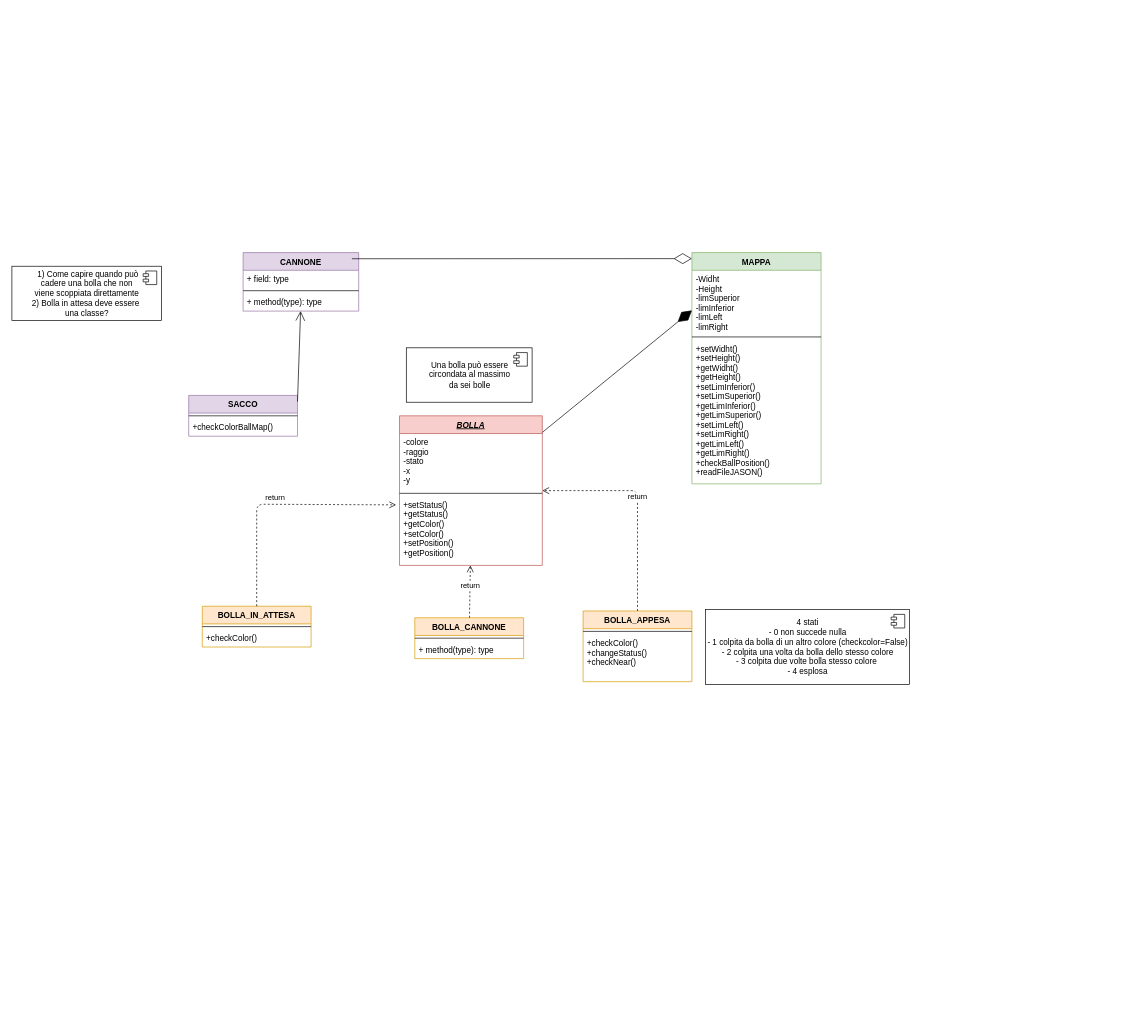
Earlier version of the draw.io diagram UML_SpaccaBolle.drawio (elisasimoni/SpaccaBolle). Source tidied: cells renumbered, new cells numbered last; positions are measured from the earlier drawing's top-left corner, leaving out a move shared by most shapes. Both pictures are drawn from the tidied source at 68%, with x=0, y=0 at pixel (12, 252).
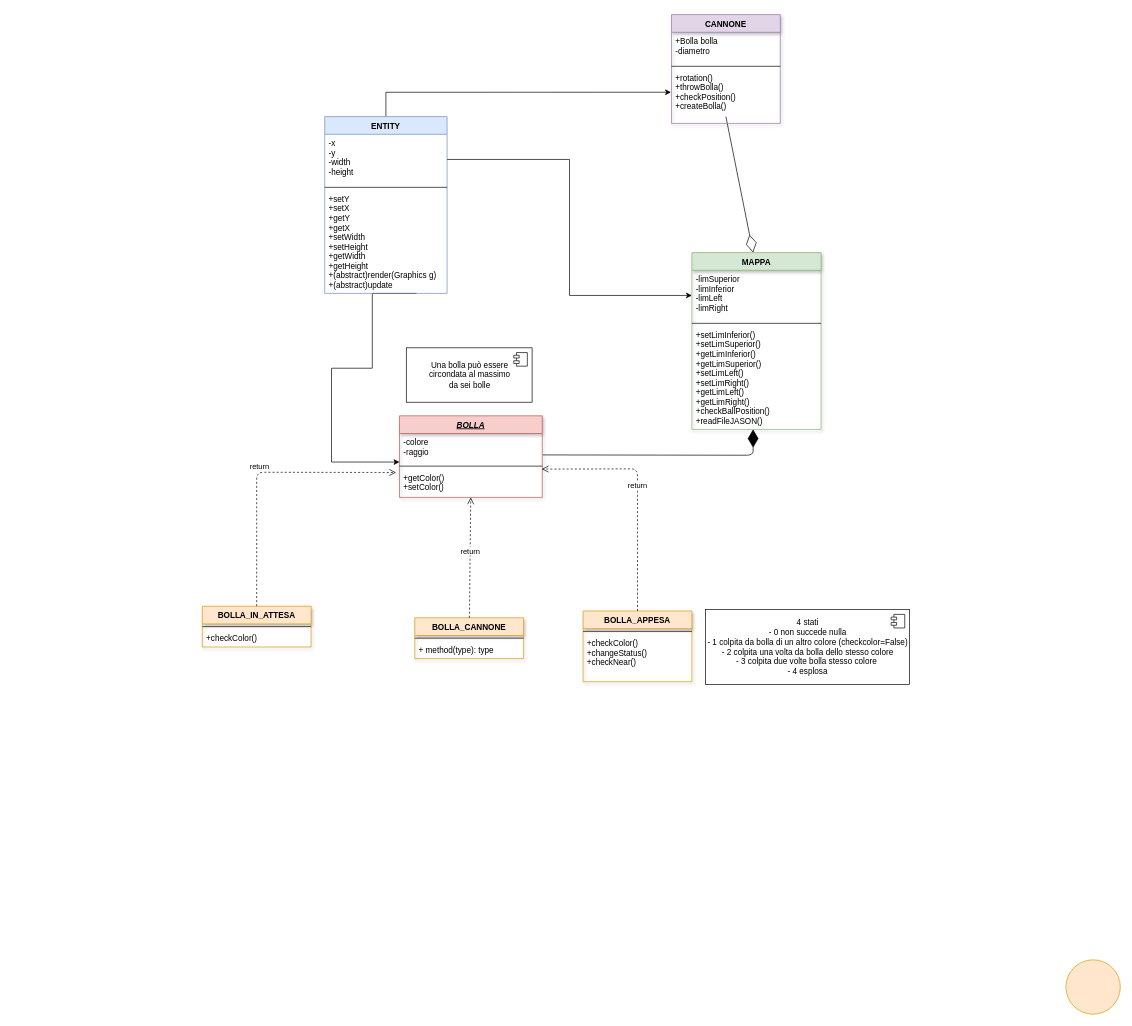
After the change.

Diff of the diagram source:
```diff
@@
-    <mxCell id="2" value="BOLLA" style="swimlane;fontStyle=7;align=center;verticalAlign=top;horizontal=1;startSize=26;fillColor=#f8cecc;strokeColor=#b85450;" parent="1" vertex="1">
-      <mxGeometry x="570" y="240" width="210" height="220" as="geometry" />
+    <mxCell id="2" value="BOLLA" style="swimlane;fontStyle=7;align=center;verticalAlign=top;horizontal=1;startSize=26;fillColor=#f8cecc;strokeColor=#b85450;shadow=1;sketch=0;" parent="1" vertex="1">
+      <mxGeometry x="570" y="240" width="210" height="120" as="geometry" />
     </mxCell>
-    <mxCell id="3" value="-colore&#10;-raggio&#10;-stato&#10;-x&#10;-y" style="text;strokeColor=none;fillColor=none;align=left;verticalAlign=top;spacingLeft=4;spacingRight=4;overflow=hidden;points=[[0,0.5],[1,0.5]];portConstraint=eastwest;" parent="2" vertex="1">
-      <mxGeometry y="26" width="210" height="84" as="geometry" />
+    <mxCell id="3" value="-colore&#10;-raggio" style="text;strokeColor=none;fillColor=none;align=left;verticalAlign=top;spacingLeft=4;spacingRight=4;overflow=hidden;points=[[0,0.5],[1,0.5]];portConstraint=eastwest;" parent="2" vertex="1">
+      <mxGeometry y="26" width="210" height="44" as="geometry" />
     </mxCell>
     <mxCell id="4" style="line;strokeWidth=1;fillColor=none;align=left;verticalAlign=middle;spacingTop=-1;spacingLeft=3;spacingRight=3;labelPosition=right;" parent="2" vertex="1">
-      <mxGeometry y="110" width="210" height="8" as="geometry" />
+      <mxGeometry y="70" width="210" height="8" as="geometry" />
     </mxCell>
-    <mxCell id="5" value="+setStatus()&#10;+getStatus()&#10;+getColor()&#10;+setColor()&#10;+setPosition()&#10;+getPosition()&#10;" style="text;strokeColor=none;fillColor=none;align=left;verticalAlign=top;spacingLeft=4;spacingRight=4;overflow=hidden;points=[[0,0.5],[1,0.5]];portConstraint=eastwest;" parent="2" vertex="1">
-      <mxGeometry y="118" width="210" height="102" as="geometry" />
+    <mxCell id="5" value="+getColor()&#10;+setColor()&#10;&#10;" style="text;strokeColor=none;fillColor=none;align=left;verticalAlign=top;spacingLeft=4;spacingRight=4;overflow=hidden;points=[[0,0.5],[1,0.5]];portConstraint=eastwest;" parent="2" vertex="1">
+      <mxGeometry y="78" width="210" height="42" as="geometry" />
     </mxCell>
-    <mxCell id="6" value="BOLLA_IN_ATTESA" style="swimlane;fontStyle=1;align=center;verticalAlign=top;horizontal=1;startSize=26;fillColor=#ffe6cc;strokeColor=#d79b00;" parent="1" vertex="1">
+    <mxCell id="6" value="BOLLA_IN_ATTESA" style="swimlane;fontStyle=1;align=center;verticalAlign=top;horizontal=1;startSize=26;fillColor=#ffe6cc;strokeColor=#d79b00;shadow=1;" parent="1" vertex="1">
       <mxGeometry x="280" y="520" width="160" height="60" as="geometry" />
     </mxCell>
@@
-    <mxCell id="9" value="BOLLA_CANNONE" style="swimlane;fontStyle=1;align=center;verticalAlign=top;horizontal=1;startSize=26;fillColor=#ffe6cc;strokeColor=#d79b00;" parent="1" vertex="1">
+    <mxCell id="9" value="BOLLA_CANNONE" style="swimlane;fontStyle=1;align=center;verticalAlign=top;horizontal=1;startSize=26;fillColor=#ffe6cc;strokeColor=#d79b00;shadow=1;" parent="1" vertex="1">
       <mxGeometry x="592.5" y="537" width="160" height="60" as="geometry" />
     </mxCell>
@@
-    <mxCell id="12" value="BOLLA_APPESA" style="swimlane;fontStyle=1;align=center;verticalAlign=top;horizontal=1;startSize=26;fillColor=#ffe6cc;strokeColor=#d79b00;" parent="1" vertex="1">
+    <mxCell id="12" value="BOLLA_APPESA" style="swimlane;fontStyle=1;align=center;verticalAlign=top;horizontal=1;startSize=26;fillColor=#ffe6cc;strokeColor=#d79b00;shadow=1;" parent="1" vertex="1">
       <mxGeometry x="840" y="527" width="160" height="104" as="geometry" />
     </mxCell>
@@
-    <mxCell id="16" value="MAPPA" style="swimlane;fontStyle=1;align=center;verticalAlign=top;horizontal=1;startSize=26;fillColor=#d5e8d4;strokeColor=#82b366;" parent="1" vertex="1">
-      <mxGeometry x="1000" width="190" height="340" as="geometry" />
+    <mxCell id="16" value="MAPPA" style="swimlane;fontStyle=1;align=center;verticalAlign=top;horizontal=1;startSize=26;fillColor=#d5e8d4;strokeColor=#82b366;shadow=1;" parent="1" vertex="1">
+      <mxGeometry x="1000" width="190" height="260" as="geometry" />
     </mxCell>
-    <mxCell id="17" value="-Widht&#10;-Height&#10;-limSuperior&#10;-limInferior&#10;-limLeft&#10;-limRight&#10;" style="text;strokeColor=none;fillColor=none;align=left;verticalAlign=top;spacingLeft=4;spacingRight=4;overflow=hidden;points=[[0,0.5],[1,0.5]];portConstraint=eastwest;" parent="16" vertex="1">
-      <mxGeometry y="26" width="190" height="94" as="geometry" />
+    <mxCell id="17" value="-limSuperior&#10;-limInferior&#10;-limLeft&#10;-limRight&#10;" style="text;strokeColor=none;fillColor=none;align=left;verticalAlign=top;spacingLeft=4;spacingRight=4;overflow=hidden;points=[[0,0.5],[1,0.5]];portConstraint=eastwest;" parent="16" vertex="1">
+      <mxGeometry y="26" width="190" height="74" as="geometry" />
     </mxCell>
     <mxCell id="18" style="line;strokeWidth=1;fillColor=none;align=left;verticalAlign=middle;spacingTop=-1;spacingLeft=3;spacingRight=3;labelPosition=right;" parent="16" vertex="1">
-      <mxGeometry y="120" width="190" height="8" as="geometry" />
+      <mxGeometry y="100" width="190" height="8" as="geometry" />
     </mxCell>
-    <mxCell id="19" value="+setWidht()&#10;+setHeight()&#10;+getWidht()&#10;+getHeight()&#10;+setLimInferior()&#10;+setLimSuperior()&#10;+getLimInferior()&#10;+getLimSuperior()&#10;+setLimLeft()&#10;+setLimRight()&#10;+getLimLeft()&#10;+getLimRight()&#10;+checkBallPosition()&#10;+readFileJASON()&#10;&#10;" style="text;strokeColor=none;fillColor=none;align=left;verticalAlign=top;spacingLeft=4;spacingRight=4;overflow=hidden;" parent="16" vertex="1">
-      <mxGeometry y="128" width="190" height="212" as="geometry" />
+    <mxCell id="19" value="+setLimInferior()&#10;+setLimSuperior()&#10;+getLimInferior()&#10;+getLimSuperior()&#10;+setLimLeft()&#10;+setLimRight()&#10;+getLimLeft()&#10;+getLimRight()&#10;+checkBallPosition()&#10;+readFileJASON()&#10;&#10;" style="text;strokeColor=none;fillColor=none;align=left;verticalAlign=top;spacingLeft=4;spacingRight=4;overflow=hidden;" parent="16" vertex="1">
+      <mxGeometry y="108" width="190" height="152" as="geometry" />
     </mxCell>
-    <mxCell id="20" style="endArrow=diamondThin;endFill=1;endSize=24;html=1;entryX=0;entryY=0.25;entryDx=0;entryDy=0;" parent="1" edge="1" source="2" target="16">
-      <mxGeometry relative="1" as="geometry" />
+    <mxCell id="20" style="endArrow=diamondThin;endFill=1;endSize=24;html=1;exitX=1.004;exitY=0.716;exitDx=0;exitDy=0;exitPerimeter=0;" parent="1" edge="1" source="3">
+      <mxGeometry relative="1" as="geometry">
+        <mxPoint x="1090" y="260" as="targetPoint" />
+        <Array as="points">
+          <mxPoint x="1090" y="298" />
+        </Array>
+      </mxGeometry>
     </mxCell>
@@
-    <mxCell id="23" value="return" style="html=1;verticalAlign=bottom;endArrow=open;dashed=1;endSize=8;exitX=0.5;exitY=0;exitDx=0;exitDy=0;" parent="1" edge="1" source="12" target="2">
+    <mxCell id="23" value="return" style="html=1;verticalAlign=bottom;endArrow=open;dashed=1;endSize=8;exitX=0.5;exitY=0;exitDx=0;exitDy=0;entryX=0.996;entryY=0.008;entryDx=0;entryDy=0;entryPerimeter=0;" parent="1" edge="1" source="12" target="5">
       <mxGeometry relative="1" as="geometry">
         <Array as="points">
           <mxPoint x="920" y="350" />
-          <mxPoint x="860" y="350" />
+          <mxPoint x="920" y="318" />
         </Array>
       </mxGeometry>
     </mxCell>
@@
+    <mxCell id="35" value="return" style="html=1;verticalAlign=bottom;endArrow=open;dashed=1;endSize=8;entryX=-0.024;entryY=0.127;entryDx=0;entryDy=0;entryPerimeter=0;" parent="1" edge="1" source="6" target="5">
+      <mxGeometry relative="1" as="geometry">
+        <Array as="points">
+          <mxPoint x="360" y="323" />
+        </Array>
+      </mxGeometry>
+    </mxCell>
+    <mxCell id="38" style="ellipse;whiteSpace=wrap;html=1;fillColor=#ffe6cc;strokeColor=#d79b00;" parent="1" vertex="1">
+      <mxGeometry x="1550" y="1040" width="80" height="80" as="geometry" />
+    </mxCell>
+    <mxCell id="39" style="edgeStyle=orthogonalEdgeStyle;rounded=0;jettySize=auto;html=1;exitX=0.75;exitY=1;exitDx=0;exitDy=0;" parent="1" edge="1" source="41" target="3">
+      <mxGeometry relative="1" as="geometry">
+        <Array as="points">
+          <mxPoint x="530" y="60" />
+          <mxPoint x="530" y="170" />
+          <mxPoint x="470" y="170" />
+          <mxPoint x="470" y="308" />
+        </Array>
+      </mxGeometry>
+    </mxCell>
+    <mxCell id="40" style="edgeStyle=orthogonalEdgeStyle;rounded=0;jettySize=auto;html=1;exitX=0.5;exitY=0;exitDx=0;exitDy=0;entryX=-0.005;entryY=0.427;entryDx=0;entryDy=0;entryPerimeter=0;" parent="1" edge="1" source="41" target="48">
+      <mxGeometry relative="1" as="geometry" />
+    </mxCell>
+    <mxCell id="41" value="ENTITY" style="swimlane;fontStyle=1;align=center;verticalAlign=top;horizontal=1;startSize=26;shadow=0;sketch=0;fillColor=#dae8fc;strokeColor=#6c8ebf;" parent="1" vertex="1">
+      <mxGeometry x="460" y="-200" width="180" height="260" as="geometry" />
+    </mxCell>
+    <mxCell id="42" value="-x&#10;-y&#10;-width&#10;-height" style="text;strokeColor=none;fillColor=none;align=left;verticalAlign=top;spacingLeft=4;spacingRight=4;overflow=hidden;points=[[0,0.5],[1,0.5]];portConstraint=eastwest;" parent="41" vertex="1">
+      <mxGeometry y="26" width="180" height="74" as="geometry" />
+    </mxCell>
+    <mxCell id="43" style="line;strokeWidth=1;fillColor=none;align=left;verticalAlign=middle;spacingTop=-1;spacingLeft=3;spacingRight=3;labelPosition=right;" parent="41" vertex="1">
+      <mxGeometry y="100" width="180" height="8" as="geometry" />
+    </mxCell>
+    <mxCell id="44" value="+setY&#10;+setX&#10;+getY&#10;+getX&#10;+setWidth&#10;+setHeight&#10;+getWidth&#10;+getHeight&#10;+(abstract)render(Graphics g)&#10;+(abstract)update" style="text;strokeColor=none;fillColor=none;align=left;verticalAlign=top;spacingLeft=4;spacingRight=4;overflow=hidden;" parent="41" vertex="1">
+      <mxGeometry y="108" width="180" height="152" as="geometry" />
+    </mxCell>
+    <mxCell id="45" style="edgeStyle=orthogonalEdgeStyle;rounded=0;jettySize=auto;html=1;exitX=1;exitY=0.5;exitDx=0;exitDy=0;" parent="1" edge="1" source="42" target="17">
+      <mxGeometry relative="1" as="geometry" />
+    </mxCell>
+    <mxCell id="27" style="endArrow=diamondThin;endFill=0;endSize=24;html=1;entryX=0.474;entryY=0;entryDx=0;entryDy=0;entryPerimeter=0;" parent="1" edge="1" target="16">
+      <mxGeometry relative="1" as="geometry">
+        <mxPoint x="1050" y="-200" as="sourcePoint" />
+      </mxGeometry>
+    </mxCell>
-    <mxCell id="26" value="CANNONE" style="swimlane;fontStyle=1;align=center;verticalAlign=top;horizontal=1;startSize=26;fillColor=#e1d5e7;strokeColor=#9673a6;" parent="1" vertex="1">
-      <mxGeometry x="340" width="170" height="86" as="geometry" />
+    <mxCell id="26" value="CANNONE" style="swimlane;fontStyle=1;align=center;verticalAlign=top;horizontal=1;startSize=26;shadow=1;sketch=0;fillColor=#e1d5e7;strokeColor=#9673a6;" parent="1" vertex="1">
+      <mxGeometry x="970" y="-350" width="160" height="160" as="geometry" />
     </mxCell>
-    <mxCell id="27" style="endArrow=diamondThin;endFill=0;endSize=24;html=1;entryX=0;entryY=0.026;entryDx=0;entryDy=0;entryPerimeter=0;" parent="26" edge="1" target="16">
-      <mxGeometry relative="1" as="geometry">
-        <mxPoint x="160" y="9" as="sourcePoint" />
-      </mxGeometry>
-    </mxCell>
-    <mxCell id="28" value="+ field: type" style="text;strokeColor=none;fillColor=none;align=left;verticalAlign=top;spacingLeft=4;spacingRight=4;overflow=hidden;" parent="26" vertex="1">
-      <mxGeometry y="26" width="170" height="26" as="geometry" />
-    </mxCell>
-    <mxCell id="29" style="line;strokeWidth=1;fillColor=none;align=left;verticalAlign=middle;spacingTop=-1;spacingLeft=3;spacingRight=3;labelPosition=right;" parent="26" vertex="1">
-      <mxGeometry y="52" width="170" height="8" as="geometry" />
-    </mxCell>
-    <mxCell id="30" value="+ method(type): type" style="text;strokeColor=none;fillColor=none;align=left;verticalAlign=top;spacingLeft=4;spacingRight=4;overflow=hidden;points=[[0,0.5],[1,0.5]];portConstraint=eastwest;" parent="26" vertex="1">
-      <mxGeometry y="60" width="170" height="26" as="geometry" />
-    </mxCell>
-    <mxCell id="31" value="SACCO" style="swimlane;fontStyle=1;align=center;verticalAlign=top;horizontal=1;startSize=26;fillColor=#e1d5e7;strokeColor=#9673a6;" parent="1" vertex="1">
-      <mxGeometry x="260" y="210" width="160" height="60" as="geometry" />
-    </mxCell>
-    <mxCell id="32" style="endArrow=open;endFill=1;endSize=12;html=1;" parent="31" edge="1" target="30">
-      <mxGeometry relative="1" as="geometry">
-        <mxPoint x="160" y="9" as="sourcePoint" />
-      </mxGeometry>
-    </mxCell>
-    <mxCell id="33" style="line;strokeWidth=1;fillColor=none;align=left;verticalAlign=middle;spacingTop=-1;spacingLeft=3;spacingRight=3;labelPosition=right;" parent="31" vertex="1">
-      <mxGeometry y="26" width="160" height="8" as="geometry" />
-    </mxCell>
-    <mxCell id="34" value="+checkColorBallMap() &#10;&#10;" style="text;strokeColor=none;fillColor=none;align=left;verticalAlign=top;spacingLeft=4;spacingRight=4;overflow=hidden;" parent="31" vertex="1">
-      <mxGeometry y="34" width="160" height="26" as="geometry" />
-    </mxCell>
-    <mxCell id="35" value="return" style="html=1;verticalAlign=bottom;endArrow=open;dashed=1;endSize=8;entryX=-0.024;entryY=0.127;entryDx=0;entryDy=0;entryPerimeter=0;" parent="1" edge="1" source="6" target="5">
-      <mxGeometry relative="1" as="geometry">
-        <Array as="points">
-          <mxPoint x="360" y="370" />
-        </Array>
-      </mxGeometry>
-    </mxCell>
-    <mxCell id="36" value="&amp;nbsp;1) Come capire quando può &lt;br&gt;cadere una bolla che non &lt;br&gt;viene scoppiata direttamente&lt;br&gt;2) Bolla in attesa deve essere&amp;nbsp;&lt;br&gt;una classe?" style="html=1;" parent="1" vertex="1">
-      <mxGeometry y="20" width="220" height="80" as="geometry" />
-    </mxCell>
-    <mxCell id="37" style="shape=module;jettyWidth=8;jettyHeight=4;" parent="36" vertex="1">
-      <mxGeometry x="1" width="20" height="20" relative="1" as="geometry">
-        <mxPoint x="-27" y="7" as="offset" />
-      </mxGeometry>
-    </mxCell>
+    <mxCell id="46" value="+Bolla bolla&#10;-diametro" style="text;fillColor=none;align=left;verticalAlign=top;spacingLeft=4;spacingRight=4;overflow=hidden;" parent="26" vertex="1">
+      <mxGeometry y="26" width="160" height="46" as="geometry" />
+    </mxCell>
+    <mxCell id="47" style="line;strokeWidth=1;fillColor=none;align=left;verticalAlign=middle;spacingTop=-1;spacingLeft=3;spacingRight=3;labelPosition=right;" parent="26" vertex="1">
+      <mxGeometry y="72" width="160" height="8" as="geometry" />
+    </mxCell>
+    <mxCell id="48" value="+rotation()&#10;+throwBolla()&#10;+checkPosition()&#10;+createBolla()" style="text;strokeColor=none;fillColor=none;align=left;verticalAlign=top;spacingLeft=4;spacingRight=4;overflow=hidden;points=[[0,0.5],[1,0.5]];portConstraint=eastwest;" parent="26" vertex="1">
+      <mxGeometry y="80" width="160" height="80" as="geometry" />
+    </mxCell>
```
